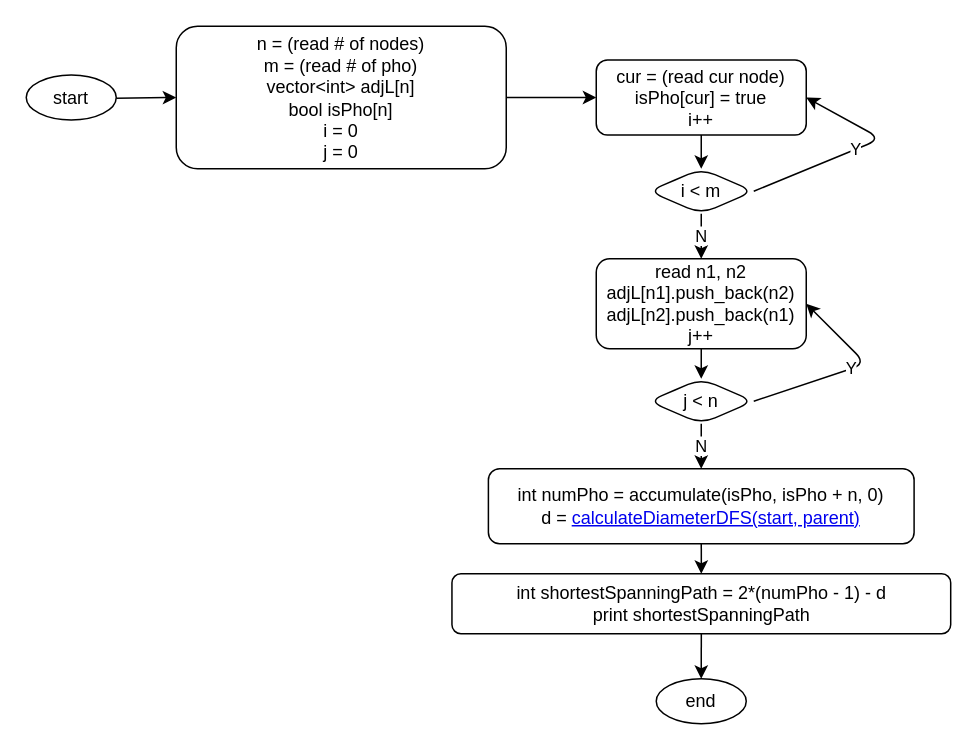
This is page "main" (1 of 7) of c++/cccPractice/problems/senior/2016/design/s3.drawio from andrew-canada/gomoku, a draw.io file, before an edit. Source tidied: cells renumbered, new cells numbered last; positions are measured from the earlier drawing's top-left corner, leaving out a move shared by most shapes. Both pictures are drawn from the tidied source at 150%, with x=0, y=0 at pixel (26, 26).
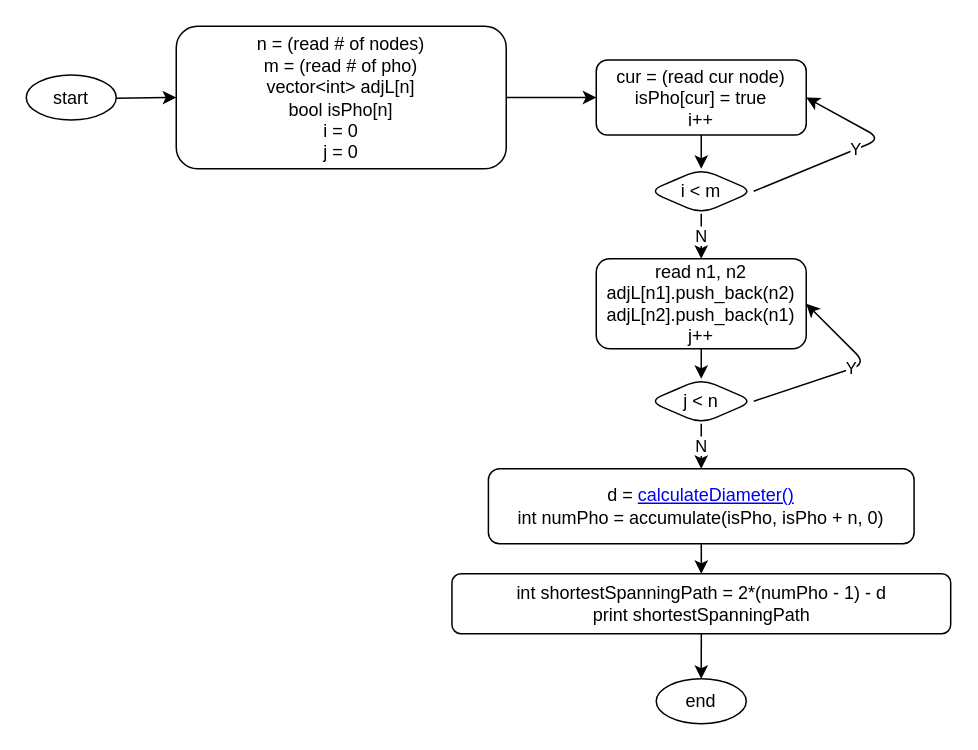
The same page after the edit.

The edit, as a diff of the source:
```diff
@@
-    <mxCell id="7" value="int numPho = accumulate(isPho, isPho + n, 0)&lt;br&gt;d = &lt;a href=&quot;data:page/id,jtwWwJaHlfj50oAzaOnL&quot;&gt;calculateDiameterDFS(start, parent)&lt;/a&gt;" style="rounded=1;whiteSpace=wrap;html=1;" parent="1" vertex="1">
+    <mxCell id="7" value="d = &lt;a href=&quot;data:page/id,jtwWwJaHlfj50oAzaOnL&quot;&gt;calculateDiameter()&lt;/a&gt;&lt;br&gt;int numPho = accumulate(isPho, isPho + n, 0)" style="rounded=1;whiteSpace=wrap;html=1;" parent="1" vertex="1">
       <mxGeometry x="308.1" y="295" width="283.8" height="50" as="geometry" />
     </mxCell>
```
